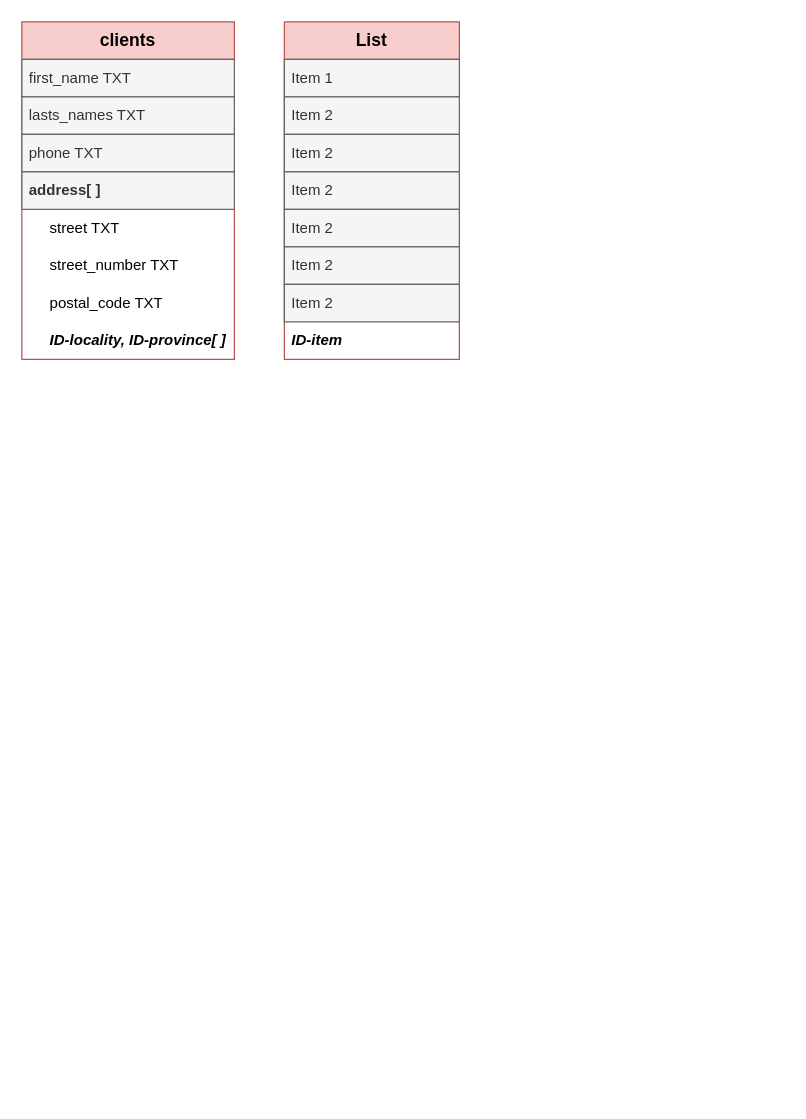
Above: T3_mongodb/modelPizzeria.drawio in carlajuani/Sprint2 (draw.io), before the change. Source tidied: cells renumbered, new cells numbered last; positions are measured from the earlier drawing's top-left corner, leaving out a move shared by most shapes. Both pictures are drawn from the tidied source at 125%, with x=0, y=0 at pixel (21, 21).
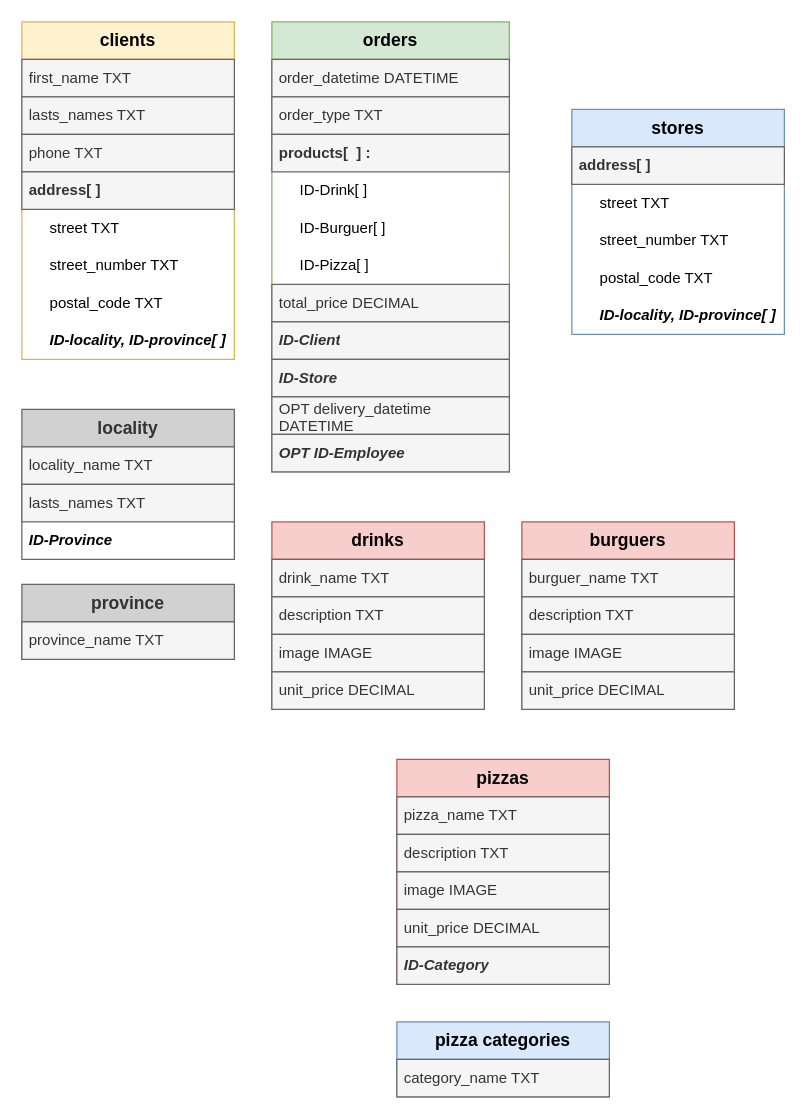
The same page after the edit.

The edit, as a diff of the source:
```diff
@@
-    <mxCell id="2" value="&lt;font style=&quot;font-size: 14px;&quot;&gt;&lt;b&gt;clients&lt;/b&gt;&lt;/font&gt;" style="swimlane;fontStyle=0;horizontal=1;startSize=30;whiteSpace=wrap;html=1;fillColor=#f8cecc;strokeColor=#b85450;" parent="1" vertex="1">
+    <mxCell id="2" value="&lt;font style=&quot;font-size: 14px;&quot;&gt;&lt;b&gt;clients&lt;/b&gt;&lt;/font&gt;" style="swimlane;fontStyle=0;horizontal=1;startSize=30;whiteSpace=wrap;html=1;fillColor=#fff2cc;strokeColor=#d6b656;" parent="1" vertex="1">
       <mxGeometry width="170" height="270" as="geometry" />
     </mxCell>
@@
-    <mxCell id="11" value="&lt;font style=&quot;font-size: 14px;&quot;&gt;&lt;b&gt;List&lt;/b&gt;&lt;/font&gt;" style="swimlane;fontStyle=0;horizontal=1;startSize=30;whiteSpace=wrap;html=1;fillColor=#f8cecc;strokeColor=#b85450;" parent="1" vertex="1">
-      <mxGeometry x="210" width="140" height="270" as="geometry" />
+    <mxCell id="11" value="&lt;font size=&quot;1&quot;&gt;&lt;b style=&quot;font-size: 14px;&quot;&gt;orders&lt;/b&gt;&lt;/font&gt;" style="swimlane;fontStyle=0;horizontal=1;startSize=30;whiteSpace=wrap;html=1;fillColor=#d5e8d4;strokeColor=#82b366;" parent="1" vertex="1">
+      <mxGeometry x="200" width="190" height="360" as="geometry" />
     </mxCell>
-    <mxCell id="12" value="Item 1" style="text;strokeColor=#666666;fillColor=#f5f5f5;align=left;verticalAlign=middle;spacingLeft=4;spacingRight=4;overflow=hidden;whiteSpace=wrap;html=1;fontColor=#333333;" parent="11" vertex="1">
-      <mxGeometry y="30" width="140" height="30" as="geometry" />
+    <mxCell id="12" value="order_datetime DATETIME" style="text;strokeColor=#666666;fillColor=#f5f5f5;align=left;verticalAlign=middle;spacingLeft=4;spacingRight=4;overflow=hidden;whiteSpace=wrap;html=1;fontColor=#333333;" parent="11" vertex="1">
+      <mxGeometry y="30" width="190" height="30" as="geometry" />
     </mxCell>
-    <mxCell id="13" value="Item 2" style="text;strokeColor=#666666;fillColor=#f5f5f5;align=left;verticalAlign=middle;spacingLeft=4;spacingRight=4;overflow=hidden;whiteSpace=wrap;html=1;fontColor=#333333;" parent="11" vertex="1">
-      <mxGeometry y="60" width="140" height="30" as="geometry" />
+    <mxCell id="13" value="&lt;div&gt;order_type TXT&lt;/div&gt;" style="text;strokeColor=#666666;fillColor=#f5f5f5;align=left;verticalAlign=middle;spacingLeft=4;spacingRight=4;overflow=hidden;whiteSpace=wrap;html=1;fontColor=#333333;" parent="11" vertex="1">
+      <mxGeometry y="60" width="190" height="30" as="geometry" />
     </mxCell>
+    <mxCell id="20" value="&lt;b&gt;products[&amp;nbsp; ] :&lt;/b&gt;" style="text;strokeColor=#666666;fillColor=#f5f5f5;align=left;verticalAlign=middle;spacingLeft=4;spacingRight=4;overflow=hidden;whiteSpace=wrap;html=1;fontColor=#333333;" parent="11" vertex="1">
+      <mxGeometry y="90" width="190" height="30" as="geometry" />
+    </mxCell>
+    <mxCell id="21" value="&amp;nbsp;&amp;nbsp;&amp;nbsp;&amp;nbsp; ID-Drink[ ]" style="text;align=left;verticalAlign=middle;spacingLeft=4;spacingRight=4;overflow=hidden;whiteSpace=wrap;html=1;" parent="11" vertex="1">
+      <mxGeometry y="120" width="190" height="30" as="geometry" />
+    </mxCell>
+    <mxCell id="22" value="&amp;nbsp;&amp;nbsp;&amp;nbsp;&amp;nbsp; ID-Burguer[ ]" style="text;align=left;verticalAlign=middle;spacingLeft=4;spacingRight=4;overflow=hidden;whiteSpace=wrap;html=1;" parent="11" vertex="1">
+      <mxGeometry y="150" width="190" height="30" as="geometry" />
+    </mxCell>
+    <mxCell id="23" value="&amp;nbsp;&amp;nbsp;&amp;nbsp;&amp;nbsp; ID-Pizza[ ]" style="text;align=left;verticalAlign=middle;spacingLeft=4;spacingRight=4;overflow=hidden;whiteSpace=wrap;html=1;" parent="11" vertex="1">
+      <mxGeometry y="180" width="190" height="30" as="geometry" />
+    </mxCell>
-    <mxCell id="14" value="Item 2" style="text;strokeColor=#666666;fillColor=#f5f5f5;align=left;verticalAlign=middle;spacingLeft=4;spacingRight=4;overflow=hidden;whiteSpace=wrap;html=1;fontColor=#333333;" parent="11" vertex="1">
-      <mxGeometry y="90" width="140" height="30" as="geometry" />
+    <mxCell id="14" value="total_price DECIMAL" style="text;strokeColor=#666666;fillColor=#f5f5f5;align=left;verticalAlign=middle;spacingLeft=4;spacingRight=4;overflow=hidden;whiteSpace=wrap;html=1;fontColor=#333333;" parent="11" vertex="1">
+      <mxGeometry y="210" width="190" height="30" as="geometry" />
     </mxCell>
-    <mxCell id="15" value="Item 2" style="text;strokeColor=#666666;fillColor=#f5f5f5;align=left;verticalAlign=middle;spacingLeft=4;spacingRight=4;overflow=hidden;whiteSpace=wrap;html=1;fontColor=#333333;" parent="11" vertex="1">
-      <mxGeometry y="120" width="140" height="30" as="geometry" />
+    <mxCell id="15" value="&lt;i&gt;&lt;b&gt;ID-Client&lt;/b&gt;&lt;/i&gt;" style="text;strokeColor=#666666;fillColor=#f5f5f5;align=left;verticalAlign=middle;spacingLeft=4;spacingRight=4;overflow=hidden;whiteSpace=wrap;html=1;fontColor=#333333;" parent="11" vertex="1">
+      <mxGeometry y="240" width="190" height="30" as="geometry" />
     </mxCell>
+    <mxCell id="24" value="&lt;i&gt;&lt;b&gt;ID-Store&lt;/b&gt;&lt;/i&gt;" style="text;strokeColor=#666666;fillColor=#f5f5f5;align=left;verticalAlign=middle;spacingLeft=4;spacingRight=4;overflow=hidden;whiteSpace=wrap;html=1;fontColor=#333333;" parent="11" vertex="1">
+      <mxGeometry y="270" width="190" height="30" as="geometry" />
+    </mxCell>
-    <mxCell id="16" value="Item 2" style="text;strokeColor=#666666;fillColor=#f5f5f5;align=left;verticalAlign=middle;spacingLeft=4;spacingRight=4;overflow=hidden;whiteSpace=wrap;html=1;fontColor=#333333;" parent="11" vertex="1">
-      <mxGeometry y="150" width="140" height="30" as="geometry" />
+    <mxCell id="16" value="OPT delivery_datetime DATETIME" style="text;strokeColor=#666666;fillColor=#f5f5f5;align=left;verticalAlign=middle;spacingLeft=4;spacingRight=4;overflow=hidden;whiteSpace=wrap;html=1;fontColor=#333333;" parent="11" vertex="1">
+      <mxGeometry y="300" width="190" height="30" as="geometry" />
     </mxCell>
-    <mxCell id="17" value="Item 2" style="text;strokeColor=#666666;fillColor=#f5f5f5;align=left;verticalAlign=middle;spacingLeft=4;spacingRight=4;overflow=hidden;whiteSpace=wrap;html=1;fontColor=#333333;" parent="11" vertex="1">
-      <mxGeometry y="180" width="140" height="30" as="geometry" />
-    </mxCell>
-    <mxCell id="18" value="Item 2" style="text;strokeColor=#666666;fillColor=#f5f5f5;align=left;verticalAlign=middle;spacingLeft=4;spacingRight=4;overflow=hidden;whiteSpace=wrap;html=1;fontColor=#333333;" parent="11" vertex="1">
-      <mxGeometry y="210" width="140" height="30" as="geometry" />
-    </mxCell>
-    <mxCell id="19" value="&lt;div&gt;&lt;i&gt;&lt;b&gt;ID-item&lt;/b&gt;&lt;/i&gt;&lt;/div&gt;" style="text;strokeColor=none;fillColor=none;align=left;verticalAlign=middle;spacingLeft=4;spacingRight=4;overflow=hidden;whiteSpace=wrap;html=1;" parent="11" vertex="1">
-      <mxGeometry y="240" width="140" height="30" as="geometry" />
-    </mxCell>
+    <mxCell id="25" value="&lt;i&gt;&lt;b&gt;OPT&lt;/b&gt;&lt;/i&gt; &lt;i&gt;&lt;b&gt;ID-Employee&lt;/b&gt;&lt;/i&gt;" style="text;strokeColor=#666666;fillColor=#f5f5f5;align=left;verticalAlign=middle;spacingLeft=4;spacingRight=4;overflow=hidden;whiteSpace=wrap;html=1;fontColor=#333333;" parent="11" vertex="1">
+      <mxGeometry y="330" width="190" height="30" as="geometry" />
+    </mxCell>
+    <mxCell id="26" value="&lt;font style=&quot;font-size: 14px;&quot;&gt;&lt;b&gt;locality&lt;/b&gt;&lt;/font&gt;" style="swimlane;fontStyle=0;horizontal=1;startSize=30;whiteSpace=wrap;html=1;fillColor=#D1D1D1;strokeColor=#666666;fontColor=#333333;" parent="1" vertex="1">
+      <mxGeometry y="310" width="170" height="120" as="geometry" />
+    </mxCell>
+    <mxCell id="27" value="locality_name TXT" style="text;strokeColor=#666666;fillColor=#f5f5f5;align=left;verticalAlign=middle;spacingLeft=4;spacingRight=4;overflow=hidden;whiteSpace=wrap;html=1;fontColor=#333333;" parent="26" vertex="1">
+      <mxGeometry y="30" width="170" height="30" as="geometry" />
+    </mxCell>
+    <mxCell id="28" value="&lt;div&gt;lasts_names TXT&lt;/div&gt;" style="text;strokeColor=#666666;fillColor=#f5f5f5;align=left;verticalAlign=middle;spacingLeft=4;spacingRight=4;overflow=hidden;whiteSpace=wrap;html=1;fontColor=#333333;" parent="26" vertex="1">
+      <mxGeometry y="60" width="170" height="30" as="geometry" />
+    </mxCell>
+    <mxCell id="29" value="&lt;i&gt;&lt;b&gt;ID-Province&lt;br&gt;&lt;/b&gt;&lt;/i&gt;" style="text;align=left;verticalAlign=middle;spacingLeft=4;spacingRight=4;overflow=hidden;whiteSpace=wrap;html=1;" parent="26" vertex="1">
+      <mxGeometry y="90" width="170" height="30" as="geometry" />
+    </mxCell>
+    <mxCell id="30" value="&lt;font style=&quot;font-size: 14px;&quot;&gt;&lt;b&gt;province&lt;/b&gt;&lt;/font&gt;" style="swimlane;fontStyle=0;horizontal=1;startSize=30;whiteSpace=wrap;html=1;fillColor=#D1D1D1;strokeColor=#666666;fontColor=#333333;" parent="1" vertex="1">
+      <mxGeometry y="450" width="170" height="60" as="geometry" />
+    </mxCell>
+    <mxCell id="31" value="province_name TXT" style="text;strokeColor=#666666;fillColor=#f5f5f5;align=left;verticalAlign=middle;spacingLeft=4;spacingRight=4;overflow=hidden;whiteSpace=wrap;html=1;fontColor=#333333;" parent="30" vertex="1">
+      <mxGeometry y="30" width="170" height="30" as="geometry" />
+    </mxCell>
+    <mxCell id="32" value="&lt;font size=&quot;1&quot;&gt;&lt;b style=&quot;font-size: 14px;&quot;&gt;drinks&lt;/b&gt;&lt;/font&gt;" style="swimlane;fontStyle=0;horizontal=1;startSize=30;whiteSpace=wrap;html=1;fillColor=#f8cecc;strokeColor=#b85450;" parent="1" vertex="1">
+      <mxGeometry x="200" y="400" width="170" height="150" as="geometry" />
+    </mxCell>
+    <mxCell id="33" value="drink_name TXT" style="text;strokeColor=#666666;fillColor=#f5f5f5;align=left;verticalAlign=middle;spacingLeft=4;spacingRight=4;overflow=hidden;whiteSpace=wrap;html=1;fontColor=#333333;" parent="32" vertex="1">
+      <mxGeometry y="30" width="170" height="30" as="geometry" />
+    </mxCell>
+    <mxCell id="34" value="description TXT" style="text;strokeColor=#666666;fillColor=#f5f5f5;align=left;verticalAlign=middle;spacingLeft=4;spacingRight=4;overflow=hidden;whiteSpace=wrap;html=1;fontColor=#333333;" parent="32" vertex="1">
+      <mxGeometry y="60" width="170" height="30" as="geometry" />
+    </mxCell>
+    <mxCell id="35" value="image IMAGE" style="text;strokeColor=#666666;fillColor=#f5f5f5;align=left;verticalAlign=middle;spacingLeft=4;spacingRight=4;overflow=hidden;whiteSpace=wrap;html=1;fontColor=#333333;" parent="32" vertex="1">
+      <mxGeometry y="90" width="170" height="30" as="geometry" />
+    </mxCell>
+    <mxCell id="36" value="unit_price DECIMAL" style="text;strokeColor=#666666;fillColor=#f5f5f5;align=left;verticalAlign=middle;spacingLeft=4;spacingRight=4;overflow=hidden;whiteSpace=wrap;html=1;fontColor=#333333;" parent="32" vertex="1">
+      <mxGeometry y="120" width="170" height="30" as="geometry" />
+    </mxCell>
+    <mxCell id="37" value="&lt;font style=&quot;font-size: 14px;&quot;&gt;&lt;b&gt;burguers&lt;/b&gt;&lt;/font&gt;" style="swimlane;fontStyle=0;horizontal=1;startSize=30;whiteSpace=wrap;html=1;fillColor=#f8cecc;strokeColor=#b85450;" parent="1" vertex="1">
+      <mxGeometry x="400" y="400" width="170" height="150" as="geometry" />
+    </mxCell>
+    <mxCell id="38" value="burguer_name TXT" style="text;strokeColor=#666666;fillColor=#f5f5f5;align=left;verticalAlign=middle;spacingLeft=4;spacingRight=4;overflow=hidden;whiteSpace=wrap;html=1;fontColor=#333333;" parent="37" vertex="1">
+      <mxGeometry y="30" width="170" height="30" as="geometry" />
+    </mxCell>
+    <mxCell id="39" value="description TXT" style="text;strokeColor=#666666;fillColor=#f5f5f5;align=left;verticalAlign=middle;spacingLeft=4;spacingRight=4;overflow=hidden;whiteSpace=wrap;html=1;fontColor=#333333;" parent="37" vertex="1">
+      <mxGeometry y="60" width="170" height="30" as="geometry" />
+    </mxCell>
+    <mxCell id="40" value="image IMAGE" style="text;strokeColor=#666666;fillColor=#f5f5f5;align=left;verticalAlign=middle;spacingLeft=4;spacingRight=4;overflow=hidden;whiteSpace=wrap;html=1;fontColor=#333333;" parent="37" vertex="1">
+      <mxGeometry y="90" width="170" height="30" as="geometry" />
+    </mxCell>
+    <mxCell id="41" value="unit_price DECIMAL" style="text;strokeColor=#666666;fillColor=#f5f5f5;align=left;verticalAlign=middle;spacingLeft=4;spacingRight=4;overflow=hidden;whiteSpace=wrap;html=1;fontColor=#333333;" parent="37" vertex="1">
+      <mxGeometry y="120" width="170" height="30" as="geometry" />
+    </mxCell>
+    <mxCell id="42" value="&lt;font size=&quot;1&quot;&gt;&lt;b style=&quot;font-size: 14px;&quot;&gt;pizzas&lt;/b&gt;&lt;/font&gt;" style="swimlane;fontStyle=0;horizontal=1;startSize=30;whiteSpace=wrap;html=1;fillColor=#f8cecc;strokeColor=#b85450;" parent="1" vertex="1">
+      <mxGeometry x="300" y="590" width="170" height="180" as="geometry" />
+    </mxCell>
+    <mxCell id="43" value="pizza_name TXT" style="text;strokeColor=#666666;fillColor=#f5f5f5;align=left;verticalAlign=middle;spacingLeft=4;spacingRight=4;overflow=hidden;whiteSpace=wrap;html=1;fontColor=#333333;" parent="42" vertex="1">
+      <mxGeometry y="30" width="170" height="30" as="geometry" />
+    </mxCell>
+    <mxCell id="44" value="description TXT" style="text;strokeColor=#666666;fillColor=#f5f5f5;align=left;verticalAlign=middle;spacingLeft=4;spacingRight=4;overflow=hidden;whiteSpace=wrap;html=1;fontColor=#333333;" parent="42" vertex="1">
+      <mxGeometry y="60" width="170" height="30" as="geometry" />
+    </mxCell>
+    <mxCell id="45" value="image IMAGE" style="text;strokeColor=#666666;fillColor=#f5f5f5;align=left;verticalAlign=middle;spacingLeft=4;spacingRight=4;overflow=hidden;whiteSpace=wrap;html=1;fontColor=#333333;" parent="42" vertex="1">
+      <mxGeometry y="90" width="170" height="30" as="geometry" />
+    </mxCell>
+    <mxCell id="46" value="unit_price DECIMAL" style="text;strokeColor=#666666;fillColor=#f5f5f5;align=left;verticalAlign=middle;spacingLeft=4;spacingRight=4;overflow=hidden;whiteSpace=wrap;html=1;fontColor=#333333;" parent="42" vertex="1">
+      <mxGeometry y="120" width="170" height="30" as="geometry" />
+    </mxCell>
+    <mxCell id="47" value="&lt;i&gt;&lt;b&gt;ID-Category&lt;/b&gt;&lt;/i&gt;" style="text;strokeColor=#666666;fillColor=#f5f5f5;align=left;verticalAlign=middle;spacingLeft=4;spacingRight=4;overflow=hidden;whiteSpace=wrap;html=1;fontColor=#333333;" parent="42" vertex="1">
+      <mxGeometry y="150" width="170" height="30" as="geometry" />
+    </mxCell>
+    <mxCell id="48" value="&lt;font size=&quot;1&quot;&gt;&lt;b style=&quot;font-size: 14px;&quot;&gt;pizza categories&lt;br&gt;&lt;/b&gt;&lt;/font&gt;" style="swimlane;fontStyle=0;horizontal=1;startSize=30;whiteSpace=wrap;html=1;fillColor=#dae8fc;strokeColor=#6c8ebf;" parent="1" vertex="1">
+      <mxGeometry x="300" y="800" width="170" height="60" as="geometry" />
+    </mxCell>
+    <mxCell id="49" value="category_name TXT" style="text;strokeColor=#666666;fillColor=#f5f5f5;align=left;verticalAlign=middle;spacingLeft=4;spacingRight=4;overflow=hidden;whiteSpace=wrap;html=1;fontColor=#333333;" parent="48" vertex="1">
+      <mxGeometry y="30" width="170" height="30" as="geometry" />
+    </mxCell>
+    <mxCell id="50" value="&lt;font size=&quot;1&quot;&gt;&lt;b style=&quot;font-size: 14px;&quot;&gt;stores&lt;/b&gt;&lt;/font&gt;" style="swimlane;fontStyle=0;horizontal=1;startSize=30;whiteSpace=wrap;html=1;fillColor=#dae8fc;strokeColor=#6c8ebf;" parent="1" vertex="1">
+      <mxGeometry x="440" y="70" width="170" height="180" as="geometry" />
+    </mxCell>
+    <mxCell id="51" value="&lt;b&gt;address[ ]&lt;/b&gt;" style="text;strokeColor=#666666;fillColor=#f5f5f5;align=left;verticalAlign=middle;spacingLeft=4;spacingRight=4;overflow=hidden;whiteSpace=wrap;html=1;fontColor=#333333;" parent="50" vertex="1">
+      <mxGeometry y="30" width="170" height="30" as="geometry" />
+    </mxCell>
+    <mxCell id="52" value="&amp;nbsp;&amp;nbsp;&amp;nbsp;&amp;nbsp; street TXT" style="text;align=left;verticalAlign=middle;spacingLeft=4;spacingRight=4;overflow=hidden;whiteSpace=wrap;html=1;" parent="50" vertex="1">
+      <mxGeometry y="60" width="170" height="30" as="geometry" />
+    </mxCell>
+    <mxCell id="53" value="&amp;nbsp;&amp;nbsp;&amp;nbsp;&amp;nbsp; street_number TXT" style="text;align=left;verticalAlign=middle;spacingLeft=4;spacingRight=4;overflow=hidden;whiteSpace=wrap;html=1;" parent="50" vertex="1">
+      <mxGeometry y="90" width="170" height="30" as="geometry" />
+    </mxCell>
+    <mxCell id="54" value="&amp;nbsp;&amp;nbsp;&amp;nbsp;&amp;nbsp; postal_code TXT" style="text;align=left;verticalAlign=middle;spacingLeft=4;spacingRight=4;overflow=hidden;whiteSpace=wrap;html=1;" parent="50" vertex="1">
+      <mxGeometry y="120" width="170" height="30" as="geometry" />
+    </mxCell>
+    <mxCell id="55" value="&amp;nbsp;&amp;nbsp;&amp;nbsp;&amp;nbsp; &lt;i&gt;&lt;b&gt;ID-locality, ID-province[ ]&lt;/b&gt;&lt;/i&gt;" style="text;align=left;verticalAlign=middle;spacingLeft=4;spacingRight=4;overflow=hidden;whiteSpace=wrap;html=1;" parent="50" vertex="1">
+      <mxGeometry y="150" width="170" height="30" as="geometry" />
+    </mxCell>
```
